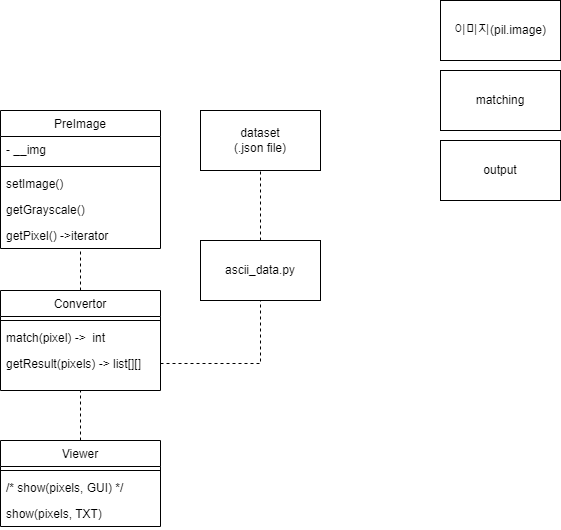
The draw.io diagram ascii_art.drawio.png in IT-ooth/ascii-art, before a commit. Source tidied: cells renumbered, new cells last; positions are measured from the earlier drawing's top-left corner, leaving out a move shared by most shapes.
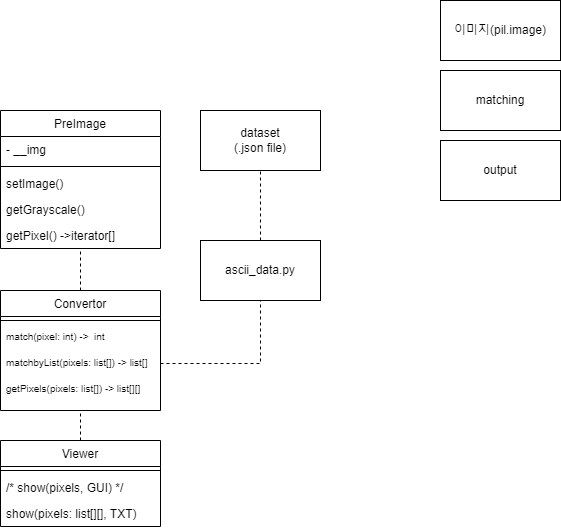
Later version of the same file.

Diff of the diagram source:
```diff
@@ -1,4 +1,4 @@
-<mxGraphModel>
+<mxGraphModel background="#ffffff">
   <root>
     <mxCell id="0" />
     <mxCell id="1" parent="0" />
@@ -17,7 +17,7 @@
     <mxCell id="6" value="getGrayscale()" style="text;align=left;verticalAlign=top;spacingLeft=4;spacingRight=4;overflow=hidden;" parent="2" vertex="1">
       <mxGeometry y="86" width="160" height="26" as="geometry" />
     </mxCell>
-    <mxCell id="7" value="getPixel() -&gt;iterator" style="text;align=left;verticalAlign=top;spacingLeft=4;spacingRight=4;overflow=hidden;" parent="2" vertex="1">
+    <mxCell id="7" value="getPixel() -&gt;iterator[]" style="text;align=left;verticalAlign=top;spacingLeft=4;spacingRight=4;overflow=hidden;" parent="2" vertex="1">
       <mxGeometry y="112" width="160" height="26" as="geometry" />
     </mxCell>
     <mxCell id="8" value="이미지(pil.image)" style="rounded=0;whiteSpace=wrap;html=1;" parent="1" vertex="1">
@@ -32,18 +32,21 @@
     <mxCell id="11" value="dataset&lt;br&gt;(.json file)" style="rounded=0;whiteSpace=wrap;html=1;" parent="1" vertex="1">
       <mxGeometry x="200" y="110" width="120" height="60" as="geometry" />
     </mxCell>
-    <mxCell id="12" value="Convertor" style="swimlane;fontStyle=0;align=center;verticalAlign=top;horizontal=1;startSize=26;rounded=0;shadow=0;strokeWidth=1;" parent="1" vertex="1">
-      <mxGeometry y="290" width="160" height="100" as="geometry" />
+    <mxCell id="12" value="Convertor" style="swimlane;fontStyle=0;align=center;verticalAlign=top;horizontal=1;startSize=26;rounded=0;shadow=0;strokeWidth=1;fillStyle=solid;" parent="1" vertex="1">
+      <mxGeometry y="290" width="160" height="120" as="geometry" />
     </mxCell>
     <mxCell id="13" style="line;html=1;strokeWidth=1;align=left;verticalAlign=middle;spacingTop=-1;spacingLeft=3;spacingRight=3;labelPosition=right;" parent="12" vertex="1">
       <mxGeometry y="26" width="160" height="8" as="geometry" />
     </mxCell>
-    <mxCell id="14" value="match(pixel) -&gt;  int" style="text;align=left;verticalAlign=top;spacingLeft=4;spacingRight=4;overflow=hidden;" parent="12" vertex="1">
+    <mxCell id="14" value="match(pixel: int) -&gt;  int" style="text;align=left;verticalAlign=top;spacingLeft=4;spacingRight=4;overflow=hidden;fontSize=10;" parent="12" vertex="1">
       <mxGeometry y="34" width="160" height="26" as="geometry" />
     </mxCell>
-    <mxCell id="15" value="getResult(pixels) -&gt; list[][]" style="text;align=left;verticalAlign=top;spacingLeft=4;spacingRight=4;overflow=hidden;points=[[0,0.5],[1,0.5]];portConstraint=eastwest;" parent="12" vertex="1">
+    <mxCell id="15" value="matchbyList(pixels: list[]) -&gt; list[]" style="text;align=left;verticalAlign=top;spacingLeft=4;spacingRight=4;overflow=hidden;points=[[0,0.5],[1,0.5]];portConstraint=eastwest;fontSize=10;" parent="12" vertex="1">
       <mxGeometry y="60" width="160" height="26" as="geometry" />
     </mxCell>
+    <mxCell id="25" value="getPixels(pixels: list[]) -&gt; list[][]" style="text;align=left;verticalAlign=top;spacingLeft=4;spacingRight=4;overflow=hidden;fontSize=10;" parent="12" vertex="1">
+      <mxGeometry y="86" width="160" height="26" as="geometry" />
+    </mxCell>
     <mxCell id="16" style="endArrow=none;dashed=1;html=1;rounded=0;entryX=0.5;entryY=1;entryDx=0;entryDy=0;exitX=0.5;exitY=0;exitDx=0;exitDy=0;" parent="1" edge="1" source="12" target="2">
       <mxGeometry relative="1" as="geometry" />
     </mxCell>
@@ -59,7 +62,7 @@
     <mxCell id="20" value="/* show(pixels, GUI) */" style="text;align=left;verticalAlign=top;spacingLeft=4;spacingRight=4;overflow=hidden;" parent="18" vertex="1">
       <mxGeometry y="34" width="160" height="26" as="geometry" />
     </mxCell>
-    <mxCell id="21" value="show(pixels, TXT)" style="text;align=left;verticalAlign=top;spacingLeft=4;spacingRight=4;overflow=hidden;" parent="18" vertex="1">
+    <mxCell id="21" value="show(pixels: list[][], TXT)" style="text;align=left;verticalAlign=top;spacingLeft=4;spacingRight=4;overflow=hidden;" parent="18" vertex="1">
       <mxGeometry y="60" width="160" height="26" as="geometry" />
     </mxCell>
     <mxCell id="22" style="endArrow=none;dashed=1;html=1;rounded=0;entryX=0.5;entryY=1;entryDx=0;entryDy=0;exitX=0.5;exitY=0;exitDx=0;exitDy=0;" parent="1" edge="1" source="18" target="12">
@@ -68,7 +71,7 @@
     <mxCell id="23" value="ascii_data.py" style="rounded=0;whiteSpace=wrap;html=1;" parent="1" vertex="1">
       <mxGeometry x="200" y="240" width="120" height="60" as="geometry" />
     </mxCell>
-    <mxCell id="24" style="endArrow=none;dashed=1;html=1;rounded=0;exitX=1;exitY=0.5;exitDx=0;exitDy=0;entryX=0.5;entryY=1;entryDx=0;entryDy=0;" parent="1" edge="1" source="15" target="23">
+    <mxCell id="24" style="endArrow=none;dashed=1;html=1;rounded=0;entryX=0.5;entryY=1;entryDx=0;entryDy=0;" parent="1" edge="1" source="15" target="23">
       <mxGeometry relative="1" as="geometry">
         <Array as="points">
           <mxPoint x="260" y="363" />
```
